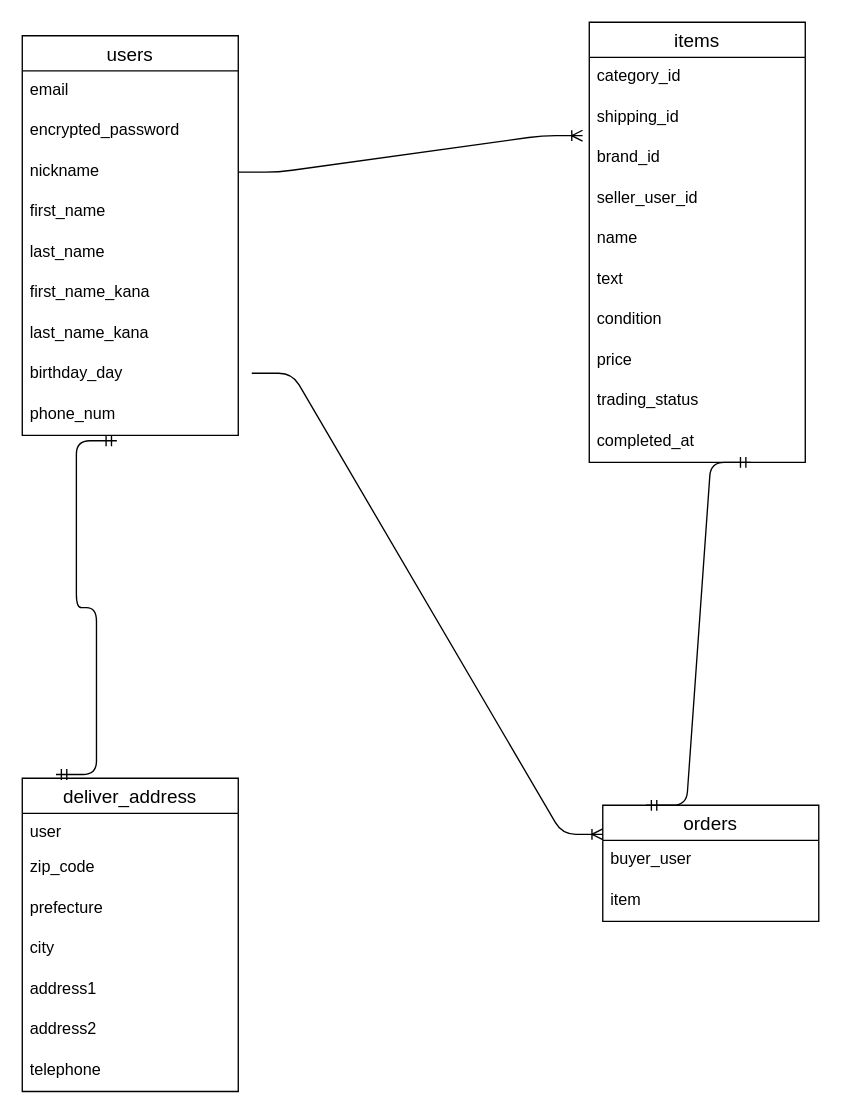
The draw.io diagram test.dio in 820sayama/furima-37106, before the edit. Source tidied: cells renumbered, new cells numbered last; positions are measured from the earlier drawing's top-left corner, leaving out a move shared by most shapes. Both pictures are drawn from the tidied source at 135%, with x=0, y=0 at pixel (22, 22).
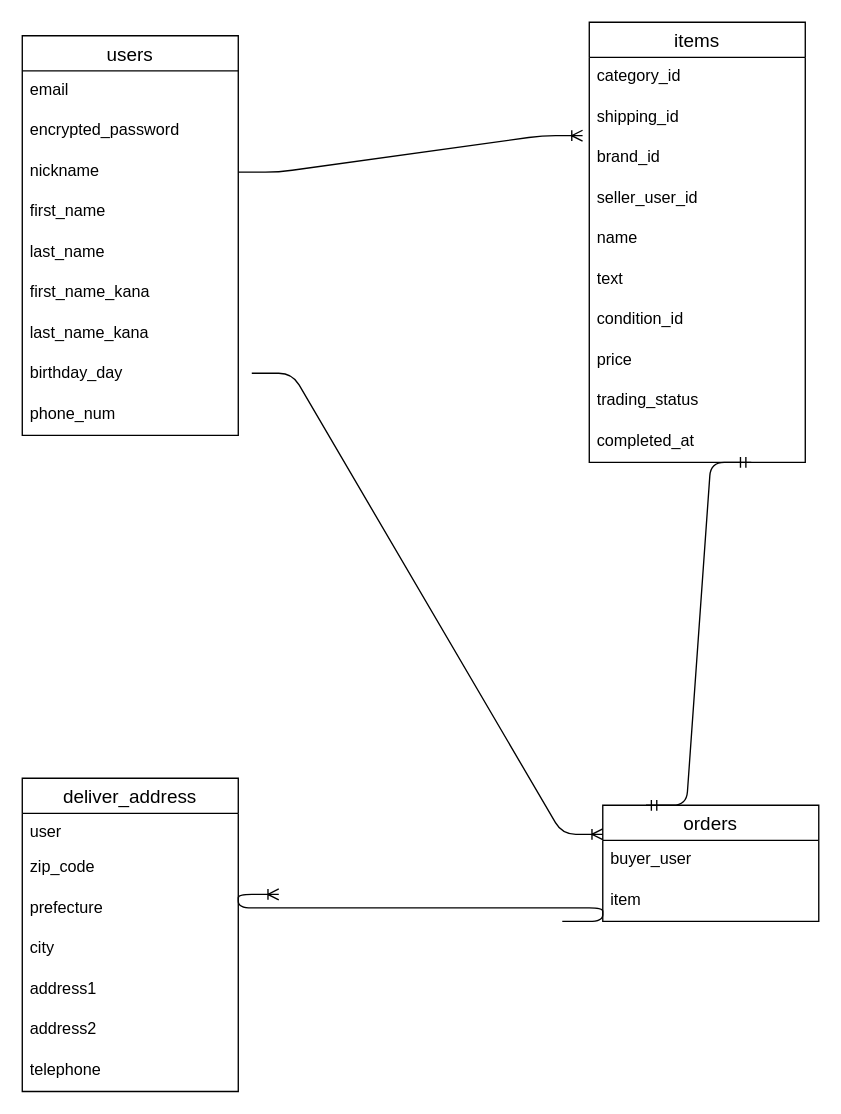
The same diagram, later.

Unchanged cells that the change refers to:
```xml
<mxCell id="11" value="phone_num" style="text;strokeColor=none;fillColor=none;spacingLeft=4;spacingRight=4;overflow=hidden;points=[[0,0.5],[1,0.5]];portConstraint=eastwest;fontSize=12;" parent="2" vertex="1">
  <mxGeometry y="266" width="160" height="30" as="geometry" />
</mxCell>
<mxCell id="12" value="items" style="swimlane;fontStyle=0;horizontal=1;startSize=26;align=center;fontSize=14;" parent="1" vertex="1">
  <mxGeometry x="420" width="160" height="326" as="geometry" />
</mxCell>
<mxCell id="26" value="deliver_address" style="swimlane;fontStyle=0;horizontal=1;startSize=26;align=center;fontSize=14;" parent="1" vertex="1">
  <mxGeometry y="560" width="160" height="232" as="geometry" />
</mxCell>
```

What changed in the source:
```diff
@@
-    <mxCell id="19" value="condition" style="text;strokeColor=none;fillColor=none;spacingLeft=4;spacingRight=4;overflow=hidden;fontSize=12;" parent="12" vertex="1">
+    <mxCell id="19" value="condition_id  " style="text;strokeColor=none;fillColor=none;spacingLeft=4;spacingRight=4;overflow=hidden;fontSize=12;" parent="12" vertex="1">
       <mxGeometry y="206" width="160" height="30" as="geometry" />
     </mxCell>
@@
-    <mxCell id="35" style="edgeStyle=entityRelationEdgeStyle;fontSize=12;html=1;endArrow=ERmandOne;startArrow=ERmandOne;exitX=0.156;exitY=-0.012;exitDx=0;exitDy=0;exitPerimeter=0;entryX=0.438;entryY=1.133;entryDx=0;entryDy=0;entryPerimeter=0;" parent="1" edge="1" source="26" target="11">
-      <mxGeometry relative="1" as="geometry" />
-    </mxCell>
@@
+    <mxCell id="38" style="edgeStyle=entityRelationEdgeStyle;fontSize=12;html=1;endArrow=ERoneToMany;" parent="1" edge="1">
+      <mxGeometry relative="1" as="geometry">
+        <mxPoint x="400" y="666" as="sourcePoint" />
+        <mxPoint x="190" y="646" as="targetPoint" />
+      </mxGeometry>
+    </mxCell>
```
